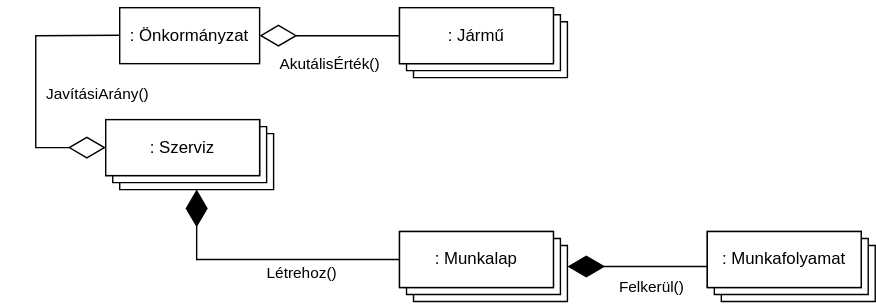
Above: 2/oep/nagybeadando/terv/kommunikacios_diagram.svg in sassvagyok/elte-ik (draw.io), before the change. Source tidied: cells renumbered, new cells last; positions are measured from the earlier drawing's top-left corner, leaving out a move shared by most shapes.
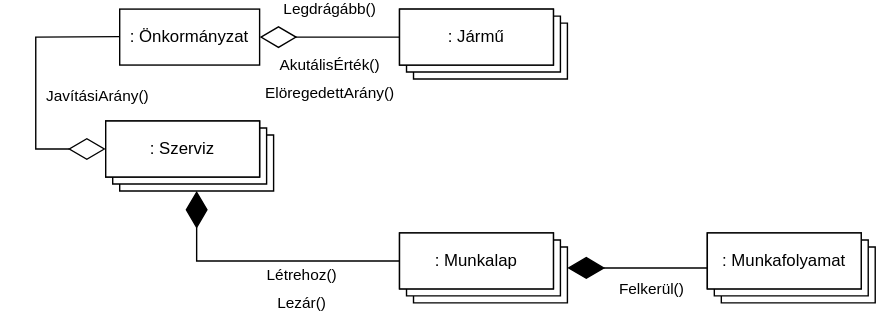
The same file after the commit.

Diff of the diagram source:
```diff
@@ -81,5 +81,14 @@
         <mxPoint x="14" y="-8" as="offset" />
       </mxGeometry>
     </mxCell>
+    <mxCell id="23" value="Lezár()" style="edgeLabel;html=1;align=center;verticalAlign=middle;" parent="1" vertex="1">
+      <mxGeometry x="190" y="210" as="geometry" />
+    </mxCell>
+    <mxCell id="24" value="ElöregedettArány()" style="edgeLabel;html=1;align=center;verticalAlign=middle;" parent="1" vertex="1">
+      <mxGeometry x="210" y="60" as="geometry" />
+    </mxCell>
+    <mxCell id="25" value="Legdrágább()" style="edgeLabel;html=1;align=center;verticalAlign=middle;" parent="1" vertex="1">
+      <mxGeometry x="210" as="geometry" />
+    </mxCell>
   </root>
 </mxGraphModel>
```
